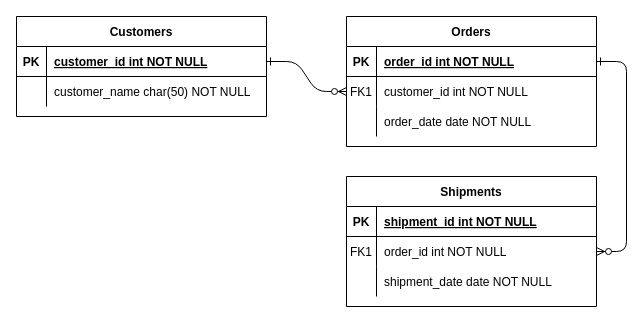
Earlier version of the draw.io diagram example/未命名绘图.drawio (SveinElv/tencent-ml-images). Source tidied: cells renumbered, new cells numbered last; positions are measured from the earlier drawing's top-left corner, leaving out a move shared by most shapes. Both pictures are drawn from the tidied source at 100%, with x=0, y=0 at pixel (16, 16).
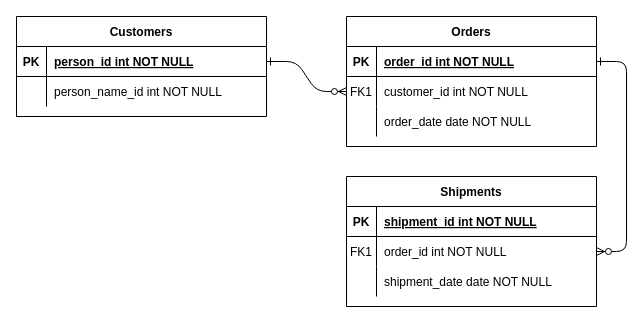
The same diagram, later.

Unchanged cells that the change refers to:
```xml
<mxCell id="25" style="shape=partialRectangle;fillColor=none;points=[[0,0.5],[1,0.5]];portConstraint=eastwest;top=0;left=0;right=0;bottom=1;" parent="24" vertex="1">
  <mxGeometry y="30" width="250" height="30" as="geometry" />
</mxCell>
<mxCell id="28" style="shape=partialRectangle;fillColor=none;top=0;left=0;right=0;bottom=0;" parent="24" vertex="1">
  <mxGeometry y="60" width="250" height="30" as="geometry" />
</mxCell>
```

The edit, as a diff of the source:
```diff
@@
-    <mxCell id="27" value="customer_id int NOT NULL " style="shape=partialRectangle;overflow=hidden;fillColor=none;top=0;left=0;bottom=0;right=0;align=left;spacingLeft=6;fontStyle=5;" parent="25" vertex="1">
+    <mxCell id="27" value="person_id int NOT NULL" style="shape=partialRectangle;overflow=hidden;fillColor=none;top=0;left=0;bottom=0;right=0;align=left;spacingLeft=6;fontStyle=5;" parent="25" vertex="1">
       <mxGeometry x="30" width="220" height="30" as="geometry" />
     </mxCell>
@@
-    <mxCell id="30" value="customer_name char(50) NOT NULL" style="shape=partialRectangle;overflow=hidden;fillColor=none;top=0;left=0;bottom=0;right=0;align=left;spacingLeft=6;" parent="28" vertex="1">
+    <mxCell id="30" value="person_name_id int NOT NULL" style="shape=partialRectangle;overflow=hidden;fillColor=none;top=0;left=0;bottom=0;right=0;align=left;spacingLeft=6;" parent="28" vertex="1">
       <mxGeometry x="30" width="220" height="30" as="geometry" />
     </mxCell>
```
